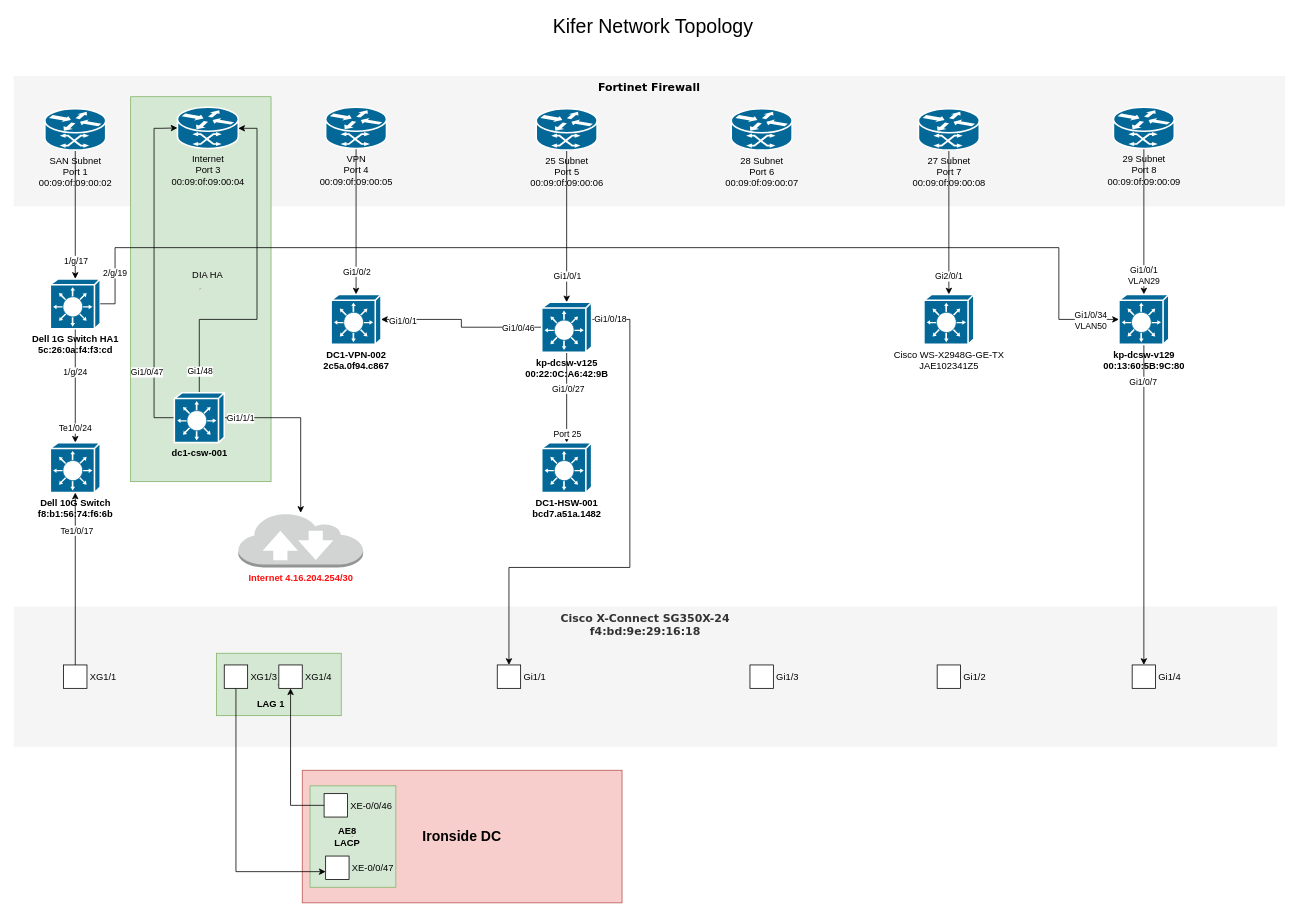
The draw.io diagram Kifer.drawio in nhackl/Draw.io, before the edit. Source tidied: cells renumbered, new cells numbered last; positions are measured from the earlier drawing's top-left corner, leaving out a move shared by most shapes. Both pictures are drawn from the tidied source at 78%, with x=0, y=0 at pixel (13, 13).
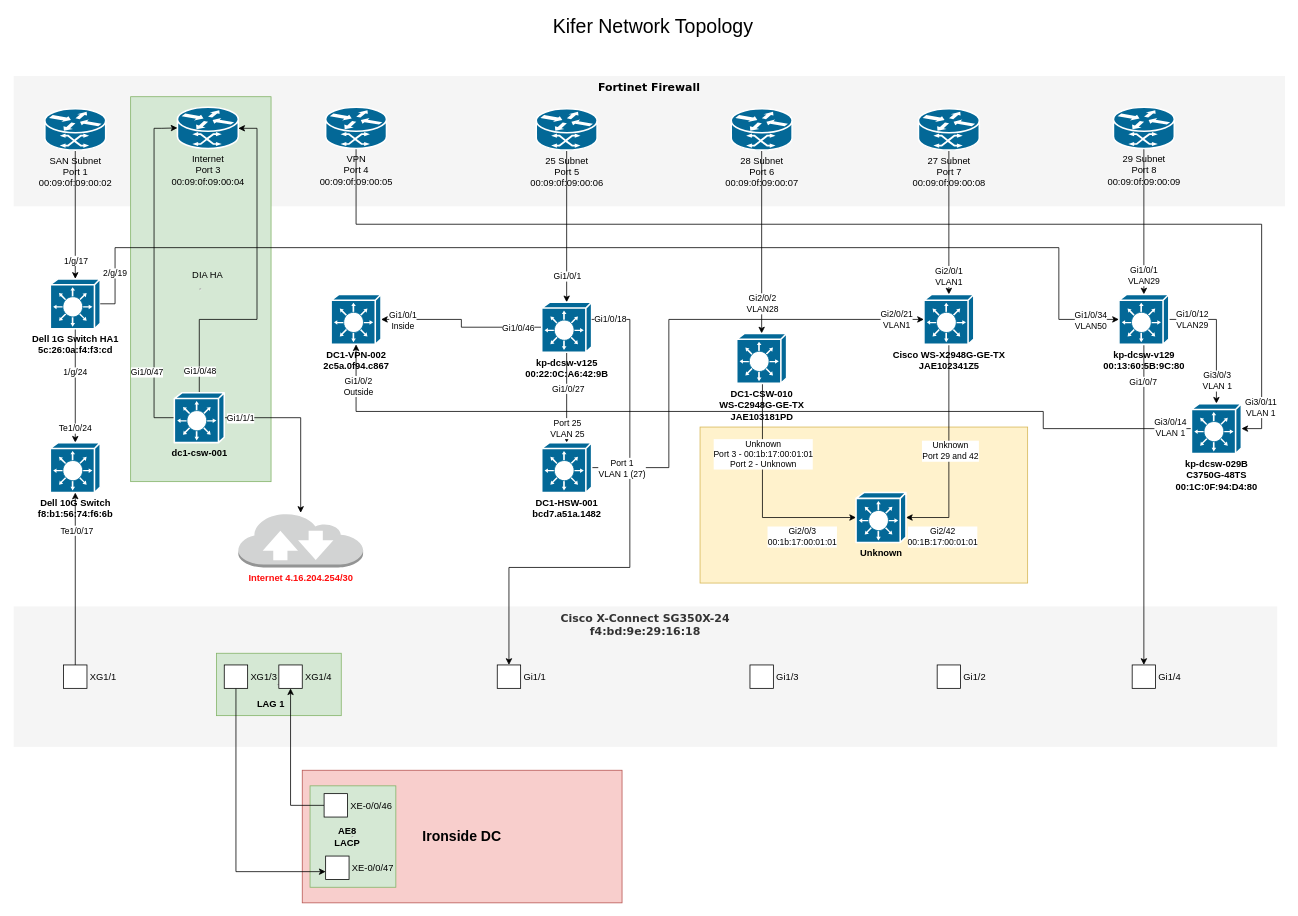
After the change.

The change refers to these unchanged cells:
```xml
<mxCell id="11" style="edgeStyle=orthogonalEdgeStyle;rounded=0;jettySize=auto;html=1;" parent="1" edge="1" source="13" target="72">
  <mxGeometry relative="1" as="geometry" />
</mxCell>
<mxCell id="14" value="&lt;div&gt;28 Subnet&lt;/div&gt;&lt;div&gt;Port 6&lt;/div&gt;&lt;div&gt;00:09:0f:09:00:07&lt;/div&gt;" style="shape=mxgraph.cisco.routers.atm_router;sketch=0;html=1;dashed=0;fillColor=#036897;strokeColor=#ffffff;strokeWidth=2;verticalLabelPosition=bottom;verticalAlign=top;align=center;outlineConnect=0;" parent="1" vertex="1">
  <mxGeometry x="920" y="122" width="78" height="53" as="geometry" />
</mxCell>
<mxCell id="23" value="&lt;div&gt;VPN&lt;/div&gt;&lt;div&gt;Port 4&lt;/div&gt;&lt;div&gt;00:09:0f:09:00:05&lt;/div&gt;" style="shape=mxgraph.cisco.routers.atm_router;sketch=0;html=1;dashed=0;fillColor=#036897;strokeColor=#ffffff;strokeWidth=2;verticalLabelPosition=bottom;verticalAlign=top;align=center;outlineConnect=0;" parent="1" vertex="1">
  <mxGeometry x="400" y="120" width="78" height="53" as="geometry" />
</mxCell>
<mxCell id="26" style="edgeStyle=orthogonalEdgeStyle;rounded=0;jettySize=auto;html=1;" parent="1" edge="1" source="34" target="42">
  <mxGeometry relative="1" as="geometry" />
</mxCell>
<mxCell id="29" style="edgeStyle=orthogonalEdgeStyle;rounded=0;jettySize=auto;html=1;" parent="1" edge="1" source="34" target="63">
  <mxGeometry relative="1" as="geometry" />
</mxCell>
<mxCell id="37" style="edgeStyle=orthogonalEdgeStyle;rounded=0;jettySize=auto;html=1;" parent="1" edge="1" source="41" target="24">
  <mxGeometry relative="1" as="geometry">
    <Array as="points">
      <mxPoint x="238" y="392" />
      <mxPoint x="312" y="392" />
      <mxPoint x="312" y="147" />
    </Array>
  </mxGeometry>
</mxCell>
<mxCell id="42" value="&lt;div&gt;&lt;b&gt;DC1-HSW-001&lt;/b&gt;&lt;/div&gt;&lt;div&gt;&lt;b&gt;bcd7.a51a.1482&lt;br&gt;&lt;/b&gt;&lt;/div&gt;" style="shape=mxgraph.cisco.switches.layer_3_switch;sketch=0;html=1;dashed=0;fillColor=#036897;strokeColor=#ffffff;strokeWidth=2;verticalLabelPosition=bottom;verticalAlign=top;align=center;outlineConnect=0;" parent="1" vertex="1">
  <mxGeometry x="677" y="550" width="64" height="64" as="geometry" />
</mxCell>
<mxCell id="63" value="&lt;div&gt;&lt;b&gt;DC1-VPN-002&lt;/b&gt;&lt;/div&gt;&lt;div&gt;&lt;b&gt;2c5a.0f94.c867&lt;br&gt;&lt;/b&gt;&lt;/div&gt;" style="shape=mxgraph.cisco.switches.layer_3_switch;sketch=0;html=1;dashed=0;fillColor=#036897;strokeColor=#ffffff;strokeWidth=2;verticalLabelPosition=bottom;verticalAlign=top;align=center;outlineConnect=0;" parent="1" vertex="1">
  <mxGeometry x="407" y="360" width="64" height="64" as="geometry" />
</mxCell>
<mxCell id="68" value="&lt;div&gt;&lt;b&gt;kp-dcsw-v129&lt;/b&gt;&lt;/div&gt;&lt;div&gt;&lt;b&gt;00:13:60:5B:9C:80&lt;br&gt;&lt;/b&gt;&lt;/div&gt;" style="shape=mxgraph.cisco.switches.layer_3_switch;sketch=0;html=1;dashed=0;fillColor=#036897;strokeColor=#ffffff;strokeWidth=2;verticalLabelPosition=bottom;verticalAlign=top;align=center;outlineConnect=0;" parent="1" vertex="1">
  <mxGeometry x="1417" y="360" width="64" height="64" as="geometry" />
</mxCell>
```

Change to the diagram source:
```diff
@@
+    <mxCell id="73" style="rounded=0;whiteSpace=wrap;html=1;fillColor=#fff2cc;strokeColor=#d6b656;" parent="1" vertex="1">
+      <mxGeometry x="880" y="530" width="420" height="200" as="geometry" />
+    </mxCell>
@@
-    <mxCell id="12" value="Gi2/0/1" style="edgeLabel;html=1;align=center;verticalAlign=middle;" parent="11" vertex="1">
+    <mxCell id="12" value="&lt;div&gt;Gi2/0/1&lt;/div&gt;&lt;div&gt;VLAN1&lt;br&gt;&lt;/div&gt;" style="edgeLabel;html=1;align=center;verticalAlign=middle;" parent="11" vertex="1">
       <mxGeometry x="0.74" y="-1" relative="1" as="geometry" />
     </mxCell>
@@
+    <mxCell id="74" style="edgeStyle=orthogonalEdgeStyle;rounded=0;jettySize=auto;html=1;" parent="1" edge="1" source="14" target="93">
+      <mxGeometry relative="1" as="geometry" />
+    </mxCell>
+    <mxCell id="75" value="&lt;div&gt;Gi2/0/2&lt;/div&gt;&lt;div&gt;VLAN28&lt;br&gt;&lt;/div&gt;" style="edgeLabel;html=1;align=center;verticalAlign=middle;" parent="74" vertex="1">
+      <mxGeometry x="0.58" y="-1" relative="1" as="geometry">
+        <mxPoint x="1" y="10" as="offset" />
+      </mxGeometry>
+    </mxCell>
@@
-    <mxCell id="21" style="edgeStyle=orthogonalEdgeStyle;rounded=0;jettySize=auto;html=1;" parent="1" edge="1" source="23" target="63">
-      <mxGeometry relative="1" as="geometry" />
+    <mxCell id="21" style="edgeStyle=orthogonalEdgeStyle;rounded=0;jettySize=auto;html=1;entryX=1;entryY=0.5;entryDx=0;entryDy=0;entryPerimeter=0;" parent="1" edge="1" source="23" target="89">
+      <mxGeometry relative="1" as="geometry">
+        <Array as="points">
+          <mxPoint x="439" y="270" />
+          <mxPoint x="1600" y="270" />
+          <mxPoint x="1600" y="532" />
+        </Array>
+      </mxGeometry>
     </mxCell>
-    <mxCell id="22" value="Gi1/0/2" style="edgeLabel;html=1;align=center;verticalAlign=middle;" parent="21" vertex="1">
-      <mxGeometry x="0.68" relative="1" as="geometry" />
-    </mxCell>
+    <mxCell id="76" value="&lt;div&gt;Gi3/0/11&lt;/div&gt;&lt;div&gt;VLAN 1&lt;br&gt;&lt;/div&gt;" style="edgeLabel;html=1;align=center;verticalAlign=middle;" parent="21" vertex="1">
+      <mxGeometry x="0.93" y="-2" relative="1" as="geometry" />
+    </mxCell>
@@
-    <mxCell id="27" value="Port 25" style="edgeLabel;html=1;align=center;verticalAlign=middle;" parent="26" vertex="1">
+    <mxCell id="27" value="&lt;div&gt;Port 25&lt;/div&gt;&lt;div&gt;VLAN 25&lt;br&gt;&lt;/div&gt;" style="edgeLabel;html=1;align=center;verticalAlign=middle;" parent="26" vertex="1">
       <mxGeometry x="0.51" y="-2" relative="1" as="geometry">
-        <mxPoint x="2" y="16" as="offset" />
+        <mxPoint x="2" y="9" as="offset" />
       </mxGeometry>
     </mxCell>
@@
-    <mxCell id="31" value="&lt;div&gt;Gi1/0/1&lt;/div&gt;" style="edgeLabel;html=1;align=center;verticalAlign=middle;" parent="29" vertex="1">
+    <mxCell id="31" value="&lt;div&gt;Gi1/0/1&lt;/div&gt;&lt;div&gt;Inside&lt;br&gt;&lt;/div&gt;" style="edgeLabel;html=1;align=center;verticalAlign=middle;" parent="29" vertex="1">
       <mxGeometry x="0.75" y="1" relative="1" as="geometry" />
     </mxCell>
+    <mxCell id="34" value="&lt;div&gt;&lt;b&gt;kp-dcsw-v125&lt;br&gt;&lt;/b&gt;&lt;/div&gt;&lt;div&gt;&lt;b&gt;00:22:0C:A6:42:9B&lt;/b&gt;&lt;/div&gt;" style="shape=mxgraph.cisco.switches.layer_3_switch;sketch=0;html=1;dashed=0;fillColor=#036897;strokeColor=#ffffff;strokeWidth=2;verticalLabelPosition=bottom;verticalAlign=top;align=center;outlineConnect=0;" parent="1" vertex="1">
+      <mxGeometry x="677" y="370" width="64" height="64" as="geometry" />
+    </mxCell>
@@
-    <mxCell id="34" value="&lt;div&gt;&lt;b&gt;kp-dcsw-v125&lt;br&gt;&lt;/b&gt;&lt;/div&gt;&lt;div&gt;&lt;b&gt;00:22:0C:A6:42:9B&lt;/b&gt;&lt;/div&gt;" style="shape=mxgraph.cisco.switches.layer_3_switch;sketch=0;html=1;dashed=0;fillColor=#036897;strokeColor=#ffffff;strokeWidth=2;verticalLabelPosition=bottom;verticalAlign=top;align=center;outlineConnect=0;" parent="1" vertex="1">
-      <mxGeometry x="677" y="370" width="64" height="64" as="geometry" />
-    </mxCell>
@@
-    <mxCell id="38" value="&lt;div&gt;Gi1/48&lt;/div&gt;" style="edgeLabel;html=1;align=center;verticalAlign=middle;" parent="37" vertex="1">
+    <mxCell id="38" value="&lt;div&gt;Gi1/0/48&lt;/div&gt;" style="edgeLabel;html=1;align=center;verticalAlign=middle;" parent="37" vertex="1">
       <mxGeometry x="-0.57" y="1" relative="1" as="geometry">
         <mxPoint y="67" as="offset" />
       </mxGeometry>
     </mxCell>
@@
+    <mxCell id="77" style="edgeStyle=orthogonalEdgeStyle;rounded=0;jettySize=auto;html=1;entryX=0;entryY=0.5;entryDx=0;entryDy=0;entryPerimeter=0;" parent="1" edge="1" source="42" target="72">
+      <mxGeometry relative="1" as="geometry">
+        <Array as="points">
+          <mxPoint x="840" y="582" />
+          <mxPoint x="840" y="392" />
+        </Array>
+      </mxGeometry>
+    </mxCell>
+    <mxCell id="78" value="&lt;div&gt;Port 1&lt;/div&gt;&lt;div&gt;VLAN 1 (27)&lt;br&gt;&lt;/div&gt;" style="edgeLabel;html=1;align=center;verticalAlign=middle;" parent="77" vertex="1">
+      <mxGeometry x="-0.92" y="-2" relative="1" as="geometry">
+        <mxPoint x="13" y="-2" as="offset" />
+      </mxGeometry>
+    </mxCell>
+    <mxCell id="79" value="&lt;div&gt;Gi2/0/21&lt;/div&gt;&lt;div&gt;VLAN1&lt;br&gt;&lt;/div&gt;" style="edgeLabel;html=1;align=center;verticalAlign=middle;" parent="77" vertex="1">
+      <mxGeometry x="0.92" relative="1" as="geometry">
+        <mxPoint x="-11" as="offset" />
+      </mxGeometry>
+    </mxCell>
@@
+    <mxCell id="80" style="edgeStyle=orthogonalEdgeStyle;rounded=0;jettySize=auto;html=1;" parent="1" edge="1" source="68" target="89">
+      <mxGeometry relative="1" as="geometry" />
+    </mxCell>
+    <mxCell id="81" value="&lt;div&gt;Gi3/0/3&lt;/div&gt;&lt;div&gt;VLAN 1&lt;br&gt;&lt;/div&gt;" style="edgeLabel;html=1;align=center;verticalAlign=middle;" parent="80" vertex="1">
+      <mxGeometry x="0.72" relative="1" as="geometry">
+        <mxPoint y="-6" as="offset" />
+      </mxGeometry>
+    </mxCell>
+    <mxCell id="82" value="&lt;div&gt;Gi1/0/12&lt;/div&gt;&lt;div&gt;VLAN29&lt;br&gt;&lt;/div&gt;" style="edgeLabel;html=1;align=center;verticalAlign=middle;" parent="80" vertex="1">
+      <mxGeometry x="-0.85" y="1" relative="1" as="geometry">
+        <mxPoint x="16" as="offset" />
+      </mxGeometry>
+    </mxCell>
@@
+    <mxCell id="83" style="edgeStyle=orthogonalEdgeStyle;rounded=0;jettySize=auto;html=1;entryX=1;entryY=0.5;entryDx=0;entryDy=0;entryPerimeter=0;" parent="1" edge="1" source="72" target="94">
+      <mxGeometry relative="1" as="geometry">
+        <Array as="points">
+          <mxPoint x="1199" y="646" />
+        </Array>
+      </mxGeometry>
+    </mxCell>
+    <mxCell id="84" value="&lt;div&gt;Unknown&lt;/div&gt;&lt;div&gt;Port 29 and 42&lt;br&gt;&lt;/div&gt;" style="edgeLabel;html=1;align=center;verticalAlign=middle;" parent="83" vertex="1">
+      <mxGeometry x="0.73" y="-1" relative="1" as="geometry">
+        <mxPoint x="19" y="-85" as="offset" />
+      </mxGeometry>
+    </mxCell>
+    <mxCell id="85" value="&lt;div&gt;Gi2/42&lt;/div&gt;&lt;div&gt;00:1B:17:00:01:01&lt;br&gt;&lt;/div&gt;" style="edgeLabel;html=1;align=center;verticalAlign=middle;" parent="83" vertex="1">
+      <mxGeometry x="0.85" y="-2" relative="1" as="geometry">
+        <mxPoint x="25" y="26" as="offset" />
+      </mxGeometry>
+    </mxCell>
-    <mxCell id="72" value="&lt;div&gt;Cisco WS-X2948G-GE-TX&lt;/div&gt;&lt;div&gt;JAE102341Z5&lt;/div&gt;&lt;div&gt;&lt;br&gt;&lt;/div&gt;" style="shape=mxgraph.cisco.switches.layer_3_switch;sketch=0;html=1;dashed=0;fillColor=#036897;strokeColor=#ffffff;strokeWidth=2;verticalLabelPosition=bottom;verticalAlign=top;align=center;outlineConnect=0;" parent="1" vertex="1">
+    <mxCell id="72" value="&lt;div&gt;&lt;b&gt;Cisco WS-X2948G-GE-TX&lt;/b&gt;&lt;/div&gt;&lt;div&gt;&lt;b&gt;JAE102341Z5&lt;/b&gt;&lt;/div&gt;&lt;div&gt;&lt;b&gt;&lt;br&gt;&lt;/b&gt;&lt;/div&gt;" style="shape=mxgraph.cisco.switches.layer_3_switch;sketch=0;html=1;dashed=0;fillColor=#036897;strokeColor=#ffffff;strokeWidth=2;verticalLabelPosition=bottom;verticalAlign=top;align=center;outlineConnect=0;" parent="1" vertex="1">
       <mxGeometry x="1167" y="360" width="64" height="64" as="geometry" />
     </mxCell>
+    <mxCell id="86" style="edgeStyle=orthogonalEdgeStyle;rounded=0;jettySize=auto;html=1;entryX=0.5;entryY=1;entryDx=0;entryDy=0;entryPerimeter=0;exitX=0;exitY=0.5;exitDx=0;exitDy=0;exitPerimeter=0;" parent="1" edge="1" source="89" target="63">
+      <mxGeometry relative="1" as="geometry">
+        <Array as="points">
+          <mxPoint x="1320" y="532" />
+          <mxPoint x="1320" y="510" />
+          <mxPoint x="439" y="510" />
+        </Array>
+      </mxGeometry>
+    </mxCell>
+    <mxCell id="87" value="&lt;div&gt;Gi3/0/14&lt;/div&gt;&lt;div&gt;VLAN 1&lt;br&gt;&lt;/div&gt;" style="edgeLabel;html=1;align=center;verticalAlign=middle;" parent="86" vertex="1">
+      <mxGeometry x="-0.77" relative="1" as="geometry">
+        <mxPoint x="108" y="-2" as="offset" />
+      </mxGeometry>
+    </mxCell>
+    <mxCell id="88" value="&lt;div&gt;Gi1/0/2&lt;/div&gt;Outside" style="edgeLabel;html=1;align=center;verticalAlign=middle;" parent="86" vertex="1">
+      <mxGeometry x="0.91" y="-2" relative="1" as="geometry" />
+    </mxCell>
+    <mxCell id="89" value="&lt;div&gt;&lt;b&gt;kp-dcsw-029B&lt;/b&gt;&lt;/div&gt;&lt;div&gt;&lt;b&gt;C3750G-48TS&lt;br&gt;&lt;/b&gt;&lt;/div&gt;&lt;div&gt;&lt;b&gt;00:1C:0F:94:D4:80&lt;br&gt;&lt;/b&gt;&lt;/div&gt;" style="shape=mxgraph.cisco.switches.layer_3_switch;sketch=0;html=1;dashed=0;fillColor=#036897;strokeColor=#ffffff;strokeWidth=2;verticalLabelPosition=bottom;verticalAlign=top;align=center;outlineConnect=0;" parent="1" vertex="1">
+      <mxGeometry x="1510" y="500" width="64" height="64" as="geometry" />
+    </mxCell>
+    <mxCell id="90" style="edgeStyle=orthogonalEdgeStyle;rounded=0;jettySize=auto;html=1;entryX=0;entryY=0.5;entryDx=0;entryDy=0;entryPerimeter=0;" parent="1" edge="1" source="93" target="94">
+      <mxGeometry relative="1" as="geometry">
+        <Array as="points">
+          <mxPoint x="960" y="646" />
+        </Array>
+      </mxGeometry>
+    </mxCell>
+    <mxCell id="91" value="&lt;div&gt;Unknown&lt;/div&gt;&lt;div&gt;Port 3 - 00:1b:17:00:01:01&lt;/div&gt;&lt;div&gt;Port 2 - Unknown&lt;br&gt;&lt;/div&gt;" style="edgeLabel;html=1;align=center;verticalAlign=middle;" parent="90" vertex="1">
+      <mxGeometry x="0.32" y="2" relative="1" as="geometry">
+        <mxPoint x="-21" y="-80" as="offset" />
+      </mxGeometry>
+    </mxCell>
+    <mxCell id="92" value="&lt;div&gt;Gi2/0/3&lt;/div&gt;&lt;div&gt;00:1b:17:00:01:01&lt;br&gt;&lt;/div&gt;" style="edgeLabel;html=1;align=center;verticalAlign=middle;" parent="90" vertex="1">
+      <mxGeometry x="0.63" y="2" relative="1" as="geometry">
+        <mxPoint x="-16" y="26" as="offset" />
+      </mxGeometry>
+    </mxCell>
+    <mxCell id="93" value="&lt;div&gt;&lt;b&gt;DC1-CSW-010&lt;/b&gt;&lt;/div&gt;&lt;div&gt;&lt;b&gt;WS-C2948G-GE-TX&lt;/b&gt;&lt;/div&gt;&lt;div&gt;&lt;b&gt;JAE103181PD&lt;br&gt;&lt;/b&gt;&lt;/div&gt;" style="shape=mxgraph.cisco.switches.layer_3_switch;sketch=0;html=1;dashed=0;fillColor=#036897;strokeColor=#ffffff;strokeWidth=2;verticalLabelPosition=bottom;verticalAlign=top;align=center;outlineConnect=0;" parent="1" vertex="1">
+      <mxGeometry x="927" y="410" width="64" height="64" as="geometry" />
+    </mxCell>
+    <mxCell id="94" value="&lt;b&gt;Unknown&lt;/b&gt;" style="shape=mxgraph.cisco.switches.layer_3_switch;sketch=0;html=1;dashed=0;fillColor=#036897;strokeColor=#ffffff;strokeWidth=2;verticalLabelPosition=bottom;verticalAlign=top;align=center;outlineConnect=0;" parent="1" vertex="1">
+      <mxGeometry x="1080" y="614" width="64" height="64" as="geometry" />
+    </mxCell>
```
